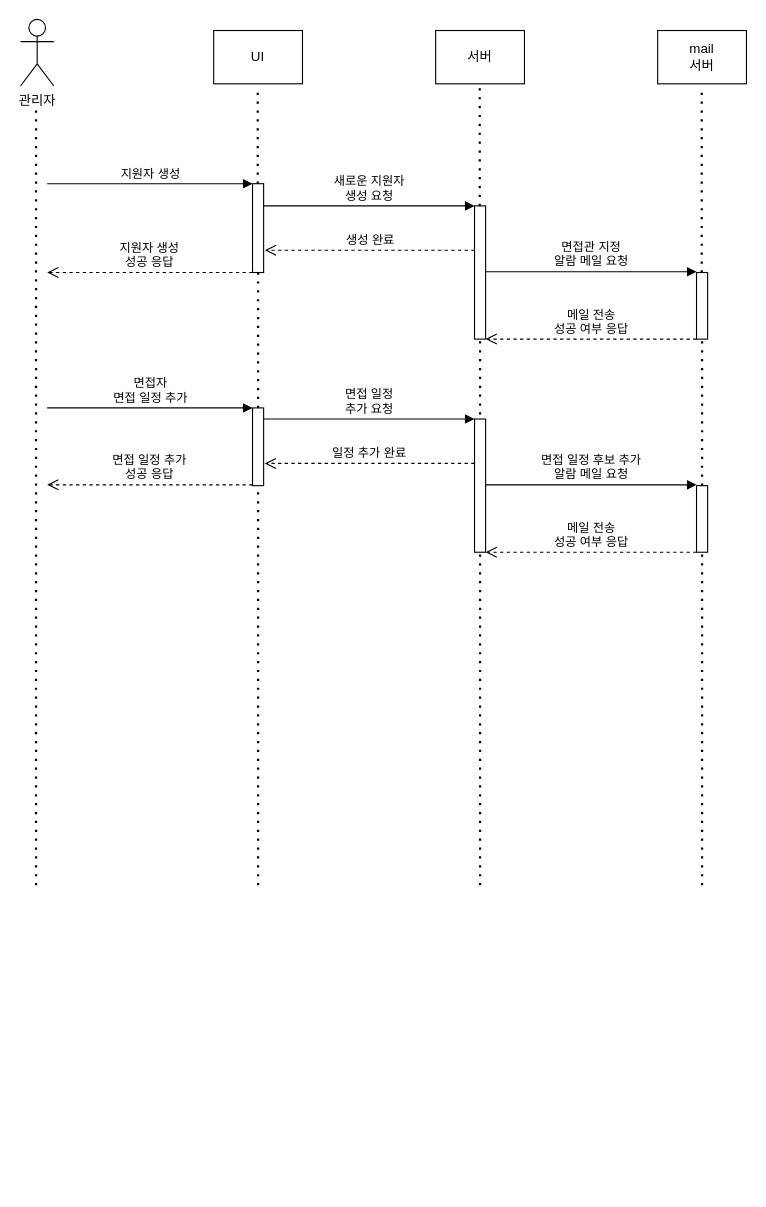
Above: page "채용 프로세스 : 관리자" (5 of 6) of ppt용.drawio in OsterRepository/OsterRepository (draw.io), before the change. Source tidied: cells renumbered, new cells numbered last; positions are measured from the earlier drawing's top-left corner, leaving out a move shared by most shapes. Both pictures are drawn from the tidied source at 111%, with x=0, y=0 at pixel (20, 19).
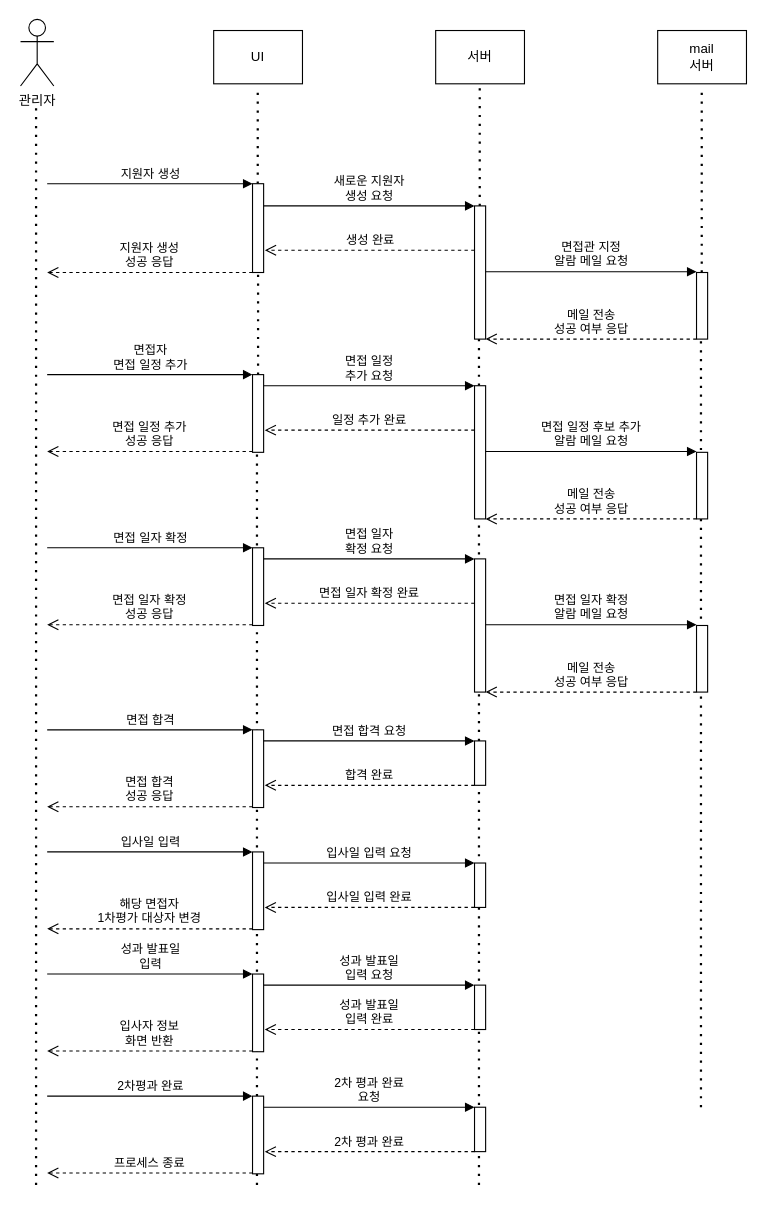
Above is the later version.

Unchanged cells that the change refers to:
```xml
<mxCell id="12" style="html=1;points=[[0,0,0,0,5],[0,1,0,0,-5],[1,0,0,0,5],[1,1,0,0,-5]];perimeter=orthogonalPerimeter;outlineConnect=0;targetShapes=umlLifeline;portConstraint=eastwest;newEdgeStyle={&quot;curved&quot;:0,&quot;rounded&quot;:0};" parent="1" vertex="1">
  <mxGeometry x="409" y="168" width="10" height="120" as="geometry" />
</mxCell>
<mxCell id="19" style="html=1;points=[[0,0,0,0,5],[0,1,0,0,-5],[1,0,0,0,5],[1,1,0,0,-5]];perimeter=orthogonalPerimeter;outlineConnect=0;targetShapes=umlLifeline;portConstraint=eastwest;newEdgeStyle={&quot;curved&quot;:0,&quot;rounded&quot;:0};" parent="1" vertex="1">
  <mxGeometry x="609" y="228" width="10" height="60" as="geometry" />
</mxCell>
```

What changed in the source:
```diff
@@
     <mxCell id="3" style="endArrow=none;dashed=1;html=1;dashPattern=1 3;strokeWidth=2;rounded=0;" parent="1" edge="1">
       <mxGeometry relative="1" as="geometry">
-        <mxPoint x="14" y="780" as="sourcePoint" />
+        <mxPoint x="14" y="1050" as="sourcePoint" />
         <mxPoint x="14" y="78" as="targetPoint" />
       </mxGeometry>
     </mxCell>
@@
     <mxCell id="11" style="endArrow=none;dashed=1;html=1;dashPattern=1 3;strokeWidth=2;rounded=0;" parent="1" edge="1" target="12">
       <mxGeometry relative="1" as="geometry">
-        <mxPoint x="414" y="780" as="sourcePoint" />
+        <mxPoint x="413" y="1050" as="sourcePoint" />
       </mxGeometry>
     </mxCell>
@@
     <mxCell id="18" style="endArrow=none;dashed=1;html=1;dashPattern=1 3;strokeWidth=2;rounded=0;" parent="1" edge="1" target="19">
       <mxGeometry relative="1" as="geometry">
-        <mxPoint x="614" y="780" as="sourcePoint" />
+        <mxPoint x="613" y="980" as="sourcePoint" />
       </mxGeometry>
     </mxCell>
@@
     <mxCell id="22" value="면접자&lt;br&gt;면접 일정 추가" style="html=1;verticalAlign=bottom;endArrow=block;curved=0;rounded=0;" parent="1" edge="1">
       <mxGeometry relative="1" as="geometry">
-        <mxPoint x="24" y="350" as="sourcePoint" />
-        <mxPoint x="209" y="350" as="targetPoint" />
+        <mxPoint x="24" y="320" as="sourcePoint" />
+        <mxPoint x="209" y="320" as="targetPoint" />
       </mxGeometry>
     </mxCell>
     <mxCell id="23" style="endArrow=none;dashed=1;html=1;dashPattern=1 3;strokeWidth=2;rounded=0;" parent="1" edge="1" target="24">
       <mxGeometry relative="1" as="geometry">
-        <mxPoint x="214" y="780" as="sourcePoint" />
+        <mxPoint x="213" y="1050" as="sourcePoint" />
       </mxGeometry>
     </mxCell>
     <mxCell id="24" style="html=1;points=[[0,0,0,0,5],[0,1,0,0,-5],[1,0,0,0,5],[1,1,0,0,-5]];perimeter=orthogonalPerimeter;outlineConnect=0;targetShapes=umlLifeline;portConstraint=eastwest;newEdgeStyle={&quot;curved&quot;:0,&quot;rounded&quot;:0};" parent="1" vertex="1">
-      <mxGeometry x="209" y="350" width="10" height="70" as="geometry" />
+      <mxGeometry x="209" y="320" width="10" height="70" as="geometry" />
     </mxCell>
     <mxCell id="25" style="html=1;points=[[0,0,0,0,5],[0,1,0,0,-5],[1,0,0,0,5],[1,1,0,0,-5]];perimeter=orthogonalPerimeter;outlineConnect=0;targetShapes=umlLifeline;portConstraint=eastwest;newEdgeStyle={&quot;curved&quot;:0,&quot;rounded&quot;:0};" parent="1" vertex="1">
-      <mxGeometry x="409" y="360" width="10" height="120" as="geometry" />
+      <mxGeometry x="409" y="330" width="10" height="120" as="geometry" />
     </mxCell>
     <mxCell id="26" value="일정 추가 완료" style="html=1;verticalAlign=bottom;endArrow=open;dashed=1;endSize=8;curved=0;rounded=0;entryX=1.115;entryY=0.75;entryDx=0;entryDy=0;entryPerimeter=0;" parent="1" edge="1">
       <mxGeometry relative="1" as="geometry">
-        <mxPoint x="409" y="400" as="sourcePoint" />
-        <mxPoint x="220" y="400" as="targetPoint" />
+        <mxPoint x="409" y="370" as="sourcePoint" />
+        <mxPoint x="220" y="370" as="targetPoint" />
       </mxGeometry>
     </mxCell>
     <mxCell id="27" value="면접 일정&lt;br&gt;추가 요청" style="html=1;verticalAlign=bottom;endArrow=block;curved=0;rounded=0;" parent="1" edge="1" target="25">
       <mxGeometry relative="1" as="geometry">
-        <mxPoint x="219" y="360" as="sourcePoint" />
+        <mxPoint x="219" y="330" as="sourcePoint" />
       </mxGeometry>
     </mxCell>
     <mxCell id="28" style="html=1;perimeter=orthogonalPerimeter;targetShapes=umlLifeline;newEdgeStyle={&quot;curved&quot;:0,&quot;rounded&quot;:0};" parent="1" vertex="1">
-      <mxGeometry x="609" y="420" width="10" height="60" as="geometry" />
+      <mxGeometry x="609" y="390" width="10" height="60" as="geometry" />
     </mxCell>
     <mxCell id="29" value="면접 일정 후보 추가&lt;br&gt;알람 메일 요청" style="html=1;verticalAlign=bottom;endArrow=block;curved=0;rounded=0;" parent="1" edge="1">
       <mxGeometry relative="1" as="geometry">
-        <mxPoint x="419" y="419.3" as="sourcePoint" />
-        <mxPoint x="609" y="419.3" as="targetPoint" />
+        <mxPoint x="419" y="389.3" as="sourcePoint" />
+        <mxPoint x="609" y="389.3" as="targetPoint" />
       </mxGeometry>
     </mxCell>
     <mxCell id="30" value="메일 전송&lt;br&gt;성공 여부 응답" style="html=1;verticalAlign=bottom;endArrow=open;dashed=1;endSize=8;curved=0;rounded=0;" parent="1" edge="1" target="25">
       <mxGeometry relative="1" as="geometry">
-        <mxPoint x="609" y="480" as="sourcePoint" />
+        <mxPoint x="609" y="450" as="sourcePoint" />
       </mxGeometry>
     </mxCell>
     <mxCell id="31" value="면접 일정 추가&lt;br&gt;성공 응답" style="html=1;verticalAlign=bottom;endArrow=open;dashed=1;endSize=8;curved=0;rounded=0;" parent="1" edge="1">
       <mxGeometry relative="1" as="geometry">
-        <mxPoint x="209" y="419.3" as="sourcePoint" />
-        <mxPoint x="24" y="419.3" as="targetPoint" />
+        <mxPoint x="209" y="389.3" as="sourcePoint" />
+        <mxPoint x="24" y="389.3" as="targetPoint" />
       </mxGeometry>
     </mxCell>
+    <mxCell id="32" value="면접 일자 확정" style="html=1;verticalAlign=bottom;endArrow=block;curved=0;rounded=0;" parent="1" edge="1">
+      <mxGeometry relative="1" as="geometry">
+        <mxPoint x="24" y="476" as="sourcePoint" />
+        <mxPoint x="209" y="476" as="targetPoint" />
+      </mxGeometry>
+    </mxCell>
+    <mxCell id="33" style="html=1;perimeter=orthogonalPerimeter;targetShapes=umlLifeline;newEdgeStyle={&quot;curved&quot;:0,&quot;rounded&quot;:0};" parent="1" vertex="1">
+      <mxGeometry x="209" y="476" width="10" height="70" as="geometry" />
+    </mxCell>
+    <mxCell id="34" style="html=1;points=[[0,0,0,0,5],[0,1,0,0,-5],[1,0,0,0,5],[1,1,0,0,-5]];perimeter=orthogonalPerimeter;outlineConnect=0;targetShapes=umlLifeline;portConstraint=eastwest;newEdgeStyle={&quot;curved&quot;:0,&quot;rounded&quot;:0};" parent="1" vertex="1">
+      <mxGeometry x="409" y="486" width="10" height="120" as="geometry" />
+    </mxCell>
+    <mxCell id="35" value="면접 일자 확정 완료" style="html=1;verticalAlign=bottom;endArrow=open;dashed=1;endSize=8;curved=0;rounded=0;entryX=1.115;entryY=0.75;entryDx=0;entryDy=0;entryPerimeter=0;" parent="1" edge="1">
+      <mxGeometry relative="1" as="geometry">
+        <mxPoint x="409" y="526" as="sourcePoint" />
+        <mxPoint x="220" y="526" as="targetPoint" />
+      </mxGeometry>
+    </mxCell>
+    <mxCell id="36" value="면접 일자&lt;div&gt;확정 요청&lt;/div&gt;" style="html=1;verticalAlign=bottom;endArrow=block;curved=0;rounded=0;" parent="1" edge="1" target="34">
+      <mxGeometry relative="1" as="geometry">
+        <mxPoint x="219" y="486" as="sourcePoint" />
+      </mxGeometry>
+    </mxCell>
+    <mxCell id="37" style="html=1;perimeter=orthogonalPerimeter;targetShapes=umlLifeline;newEdgeStyle={&quot;curved&quot;:0,&quot;rounded&quot;:0};" parent="1" vertex="1">
+      <mxGeometry x="609" y="546" width="10" height="60" as="geometry" />
+    </mxCell>
+    <mxCell id="38" value="면접 일자 확정&lt;br&gt;알람 메일 요청" style="html=1;verticalAlign=bottom;endArrow=block;curved=0;rounded=0;" parent="1" edge="1">
+      <mxGeometry relative="1" as="geometry">
+        <mxPoint x="419" y="545.3" as="sourcePoint" />
+        <mxPoint x="609" y="545.3" as="targetPoint" />
+      </mxGeometry>
+    </mxCell>
+    <mxCell id="39" value="메일 전송&lt;br&gt;성공 여부 응답" style="html=1;verticalAlign=bottom;endArrow=open;dashed=1;endSize=8;curved=0;rounded=0;" parent="1" edge="1" target="34">
+      <mxGeometry relative="1" as="geometry">
+        <mxPoint x="609" y="606" as="sourcePoint" />
+      </mxGeometry>
+    </mxCell>
+    <mxCell id="40" value="면접 일자 확정&lt;br&gt;성공 응답" style="html=1;verticalAlign=bottom;endArrow=open;dashed=1;endSize=8;curved=0;rounded=0;" parent="1" edge="1">
+      <mxGeometry relative="1" as="geometry">
+        <mxPoint x="209" y="545.3" as="sourcePoint" />
+        <mxPoint x="24" y="545.3" as="targetPoint" />
+      </mxGeometry>
+    </mxCell>
+    <mxCell id="41" value="면접 합격" style="html=1;verticalAlign=bottom;endArrow=block;curved=0;rounded=0;" parent="1" edge="1">
+      <mxGeometry relative="1" as="geometry">
+        <mxPoint x="24" y="640" as="sourcePoint" />
+        <mxPoint x="209" y="640" as="targetPoint" />
+      </mxGeometry>
+    </mxCell>
+    <mxCell id="42" style="html=1;perimeter=orthogonalPerimeter;targetShapes=umlLifeline;newEdgeStyle={&quot;curved&quot;:0,&quot;rounded&quot;:0};" parent="1" vertex="1">
+      <mxGeometry x="209" y="640" width="10" height="70" as="geometry" />
+    </mxCell>
+    <mxCell id="43" style="html=1;points=[[0,0,0,0,5],[0,1,0,0,-5],[1,0,0,0,5],[1,1,0,0,-5]];perimeter=orthogonalPerimeter;outlineConnect=0;targetShapes=umlLifeline;portConstraint=eastwest;newEdgeStyle={&quot;curved&quot;:0,&quot;rounded&quot;:0};" parent="1" vertex="1">
+      <mxGeometry x="409" y="650" width="10" height="40" as="geometry" />
+    </mxCell>
+    <mxCell id="44" value="합격 완료" style="html=1;verticalAlign=bottom;endArrow=open;dashed=1;endSize=8;curved=0;rounded=0;entryX=1.115;entryY=0.75;entryDx=0;entryDy=0;entryPerimeter=0;" parent="1" edge="1">
+      <mxGeometry relative="1" as="geometry">
+        <mxPoint x="409" y="690" as="sourcePoint" />
+        <mxPoint x="220" y="690" as="targetPoint" />
+      </mxGeometry>
+    </mxCell>
+    <mxCell id="45" value="면접 합격 요청" style="html=1;verticalAlign=bottom;endArrow=block;curved=0;rounded=0;" parent="1" edge="1" target="43">
+      <mxGeometry relative="1" as="geometry">
+        <mxPoint x="219" y="650" as="sourcePoint" />
+      </mxGeometry>
+    </mxCell>
+    <mxCell id="46" value="면접 합격&lt;div&gt;성공 응답&lt;/div&gt;" style="html=1;verticalAlign=bottom;endArrow=open;dashed=1;endSize=8;curved=0;rounded=0;" parent="1" edge="1">
+      <mxGeometry relative="1" as="geometry">
+        <mxPoint x="209" y="709.3" as="sourcePoint" />
+        <mxPoint x="24" y="709.3" as="targetPoint" />
+      </mxGeometry>
+    </mxCell>
+    <mxCell id="47" value="입사일 입력" style="html=1;verticalAlign=bottom;endArrow=block;curved=0;rounded=0;" parent="1" edge="1">
+      <mxGeometry relative="1" as="geometry">
+        <mxPoint x="24" y="750" as="sourcePoint" />
+        <mxPoint x="209" y="750" as="targetPoint" />
+      </mxGeometry>
+    </mxCell>
+    <mxCell id="48" style="html=1;perimeter=orthogonalPerimeter;targetShapes=umlLifeline;newEdgeStyle={&quot;curved&quot;:0,&quot;rounded&quot;:0};" parent="1" vertex="1">
+      <mxGeometry x="209" y="750" width="10" height="70" as="geometry" />
+    </mxCell>
+    <mxCell id="49" style="html=1;points=[[0,0,0,0,5],[0,1,0,0,-5],[1,0,0,0,5],[1,1,0,0,-5]];perimeter=orthogonalPerimeter;outlineConnect=0;targetShapes=umlLifeline;portConstraint=eastwest;newEdgeStyle={&quot;curved&quot;:0,&quot;rounded&quot;:0};" parent="1" vertex="1">
+      <mxGeometry x="409" y="760" width="10" height="40" as="geometry" />
+    </mxCell>
+    <mxCell id="50" value="입사일 입력 완료" style="html=1;verticalAlign=bottom;endArrow=open;dashed=1;endSize=8;curved=0;rounded=0;entryX=1.115;entryY=0.75;entryDx=0;entryDy=0;entryPerimeter=0;" parent="1" edge="1">
+      <mxGeometry relative="1" as="geometry">
+        <mxPoint x="409" y="800" as="sourcePoint" />
+        <mxPoint x="220" y="800" as="targetPoint" />
+      </mxGeometry>
+    </mxCell>
+    <mxCell id="51" value="입사일 입력 요청" style="html=1;verticalAlign=bottom;endArrow=block;curved=0;rounded=0;" parent="1" edge="1" target="49">
+      <mxGeometry relative="1" as="geometry">
+        <mxPoint x="219" y="760" as="sourcePoint" />
+      </mxGeometry>
+    </mxCell>
+    <mxCell id="52" value="해당 면접자&lt;div&gt;1차평가 대상자 변경&lt;/div&gt;" style="html=1;verticalAlign=bottom;endArrow=open;dashed=1;endSize=8;curved=0;rounded=0;" parent="1" edge="1">
+      <mxGeometry relative="1" as="geometry">
+        <mxPoint x="209" y="819.3" as="sourcePoint" />
+        <mxPoint x="24" y="819.3" as="targetPoint" />
+      </mxGeometry>
+    </mxCell>
+    <mxCell id="53" value="성과 발표일&lt;div&gt;입력&lt;/div&gt;" style="html=1;verticalAlign=bottom;endArrow=block;curved=0;rounded=0;" parent="1" edge="1">
+      <mxGeometry relative="1" as="geometry">
+        <mxPoint x="24" y="860" as="sourcePoint" />
+        <mxPoint x="209" y="860" as="targetPoint" />
+      </mxGeometry>
+    </mxCell>
+    <mxCell id="54" style="html=1;perimeter=orthogonalPerimeter;targetShapes=umlLifeline;newEdgeStyle={&quot;curved&quot;:0,&quot;rounded&quot;:0};" parent="1" vertex="1">
+      <mxGeometry x="209" y="860" width="10" height="70" as="geometry" />
+    </mxCell>
+    <mxCell id="55" style="html=1;points=[[0,0,0,0,5],[0,1,0,0,-5],[1,0,0,0,5],[1,1,0,0,-5]];perimeter=orthogonalPerimeter;outlineConnect=0;targetShapes=umlLifeline;portConstraint=eastwest;newEdgeStyle={&quot;curved&quot;:0,&quot;rounded&quot;:0};" parent="1" vertex="1">
+      <mxGeometry x="409" y="870" width="10" height="40" as="geometry" />
+    </mxCell>
+    <mxCell id="56" value="성과 발표일&lt;div&gt;입력 완료&lt;/div&gt;" style="html=1;verticalAlign=bottom;endArrow=open;dashed=1;endSize=8;curved=0;rounded=0;entryX=1.115;entryY=0.75;entryDx=0;entryDy=0;entryPerimeter=0;" parent="1" edge="1">
+      <mxGeometry relative="1" as="geometry">
+        <mxPoint x="409" y="910" as="sourcePoint" />
+        <mxPoint x="220" y="910" as="targetPoint" />
+      </mxGeometry>
+    </mxCell>
+    <mxCell id="57" value="성과 발표일&lt;div&gt;입력 요청&lt;/div&gt;" style="html=1;verticalAlign=bottom;endArrow=block;curved=0;rounded=0;" parent="1" edge="1" target="55">
+      <mxGeometry relative="1" as="geometry">
+        <mxPoint x="219" y="870" as="sourcePoint" />
+      </mxGeometry>
+    </mxCell>
+    <mxCell id="58" value="입사자 정보&lt;div&gt;화면 반환&lt;/div&gt;" style="html=1;verticalAlign=bottom;endArrow=open;dashed=1;endSize=8;curved=0;rounded=0;" parent="1" edge="1">
+      <mxGeometry relative="1" as="geometry">
+        <mxPoint x="209" y="929.3" as="sourcePoint" />
+        <mxPoint x="24" y="929.3" as="targetPoint" />
+      </mxGeometry>
+    </mxCell>
+    <mxCell id="59" value="2차평과 완료" style="html=1;verticalAlign=bottom;endArrow=block;curved=0;rounded=0;" parent="1" edge="1">
+      <mxGeometry relative="1" as="geometry">
+        <mxPoint x="24" y="970" as="sourcePoint" />
+        <mxPoint x="209" y="970" as="targetPoint" />
+      </mxGeometry>
+    </mxCell>
+    <mxCell id="60" style="html=1;perimeter=orthogonalPerimeter;targetShapes=umlLifeline;newEdgeStyle={&quot;curved&quot;:0,&quot;rounded&quot;:0};" parent="1" vertex="1">
+      <mxGeometry x="209" y="970" width="10" height="70" as="geometry" />
+    </mxCell>
+    <mxCell id="61" style="html=1;points=[[0,0,0,0,5],[0,1,0,0,-5],[1,0,0,0,5],[1,1,0,0,-5]];perimeter=orthogonalPerimeter;outlineConnect=0;targetShapes=umlLifeline;portConstraint=eastwest;newEdgeStyle={&quot;curved&quot;:0,&quot;rounded&quot;:0};" parent="1" vertex="1">
+      <mxGeometry x="409" y="980" width="10" height="40" as="geometry" />
+    </mxCell>
+    <mxCell id="62" value="2차 평과 완료" style="html=1;verticalAlign=bottom;endArrow=open;dashed=1;endSize=8;curved=0;rounded=0;entryX=1.115;entryY=0.75;entryDx=0;entryDy=0;entryPerimeter=0;" parent="1" edge="1">
+      <mxGeometry relative="1" as="geometry">
+        <mxPoint x="409" y="1020" as="sourcePoint" />
+        <mxPoint x="220" y="1020" as="targetPoint" />
+      </mxGeometry>
+    </mxCell>
+    <mxCell id="63" value="2차 평과 완료&lt;div&gt;요청&lt;/div&gt;" style="html=1;verticalAlign=bottom;endArrow=block;curved=0;rounded=0;" parent="1" edge="1" target="61">
+      <mxGeometry relative="1" as="geometry">
+        <mxPoint x="219" y="980" as="sourcePoint" />
+      </mxGeometry>
+    </mxCell>
+    <mxCell id="64" value="프로세스 종료" style="html=1;verticalAlign=bottom;endArrow=open;dashed=1;endSize=8;curved=0;rounded=0;" parent="1" edge="1">
+      <mxGeometry relative="1" as="geometry">
+        <mxPoint x="209" y="1039.3" as="sourcePoint" />
+        <mxPoint x="24" y="1039.3" as="targetPoint" />
+      </mxGeometry>
+    </mxCell>
```
